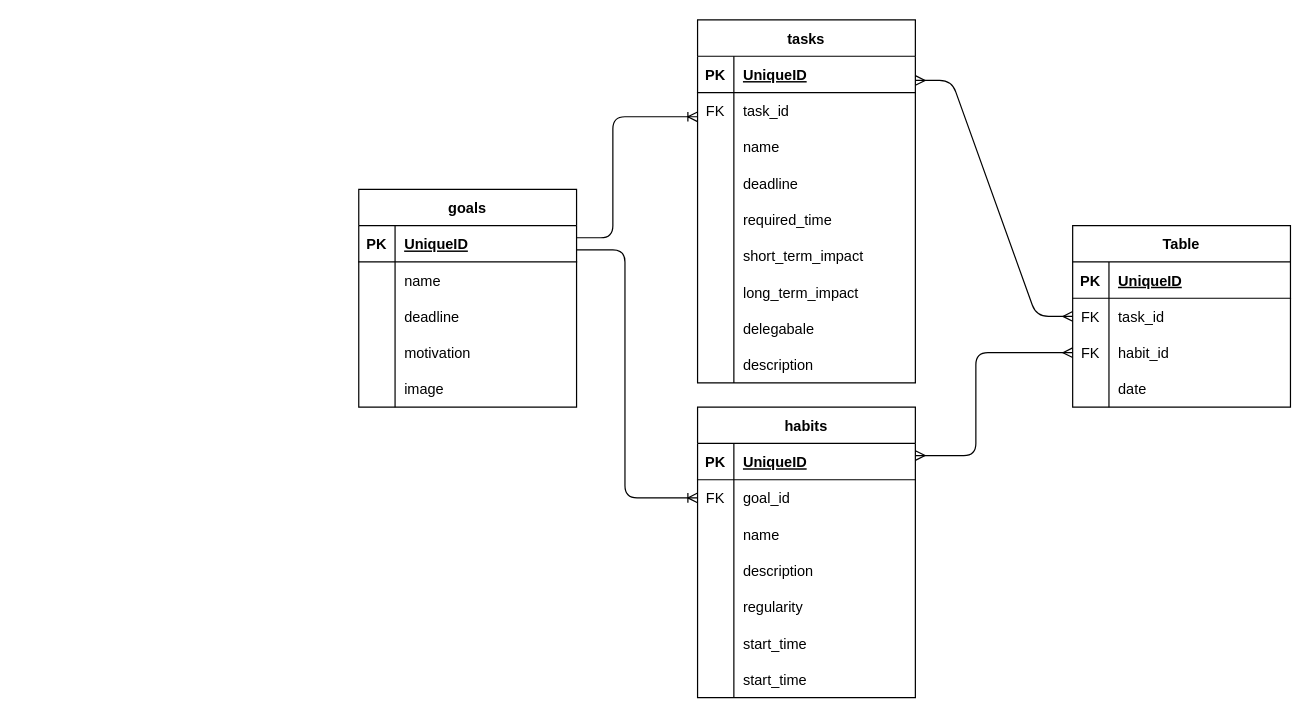
The draw.io diagram db.drawio in Federicaye/eisenhower-box, before the edit. Source tidied: cells renumbered, new cells numbered last; positions are measured from the earlier drawing's top-left corner, leaving out a move shared by most shapes. Both pictures are drawn from the tidied source at 121%, with x=0, y=0 at pixel (358, 19).
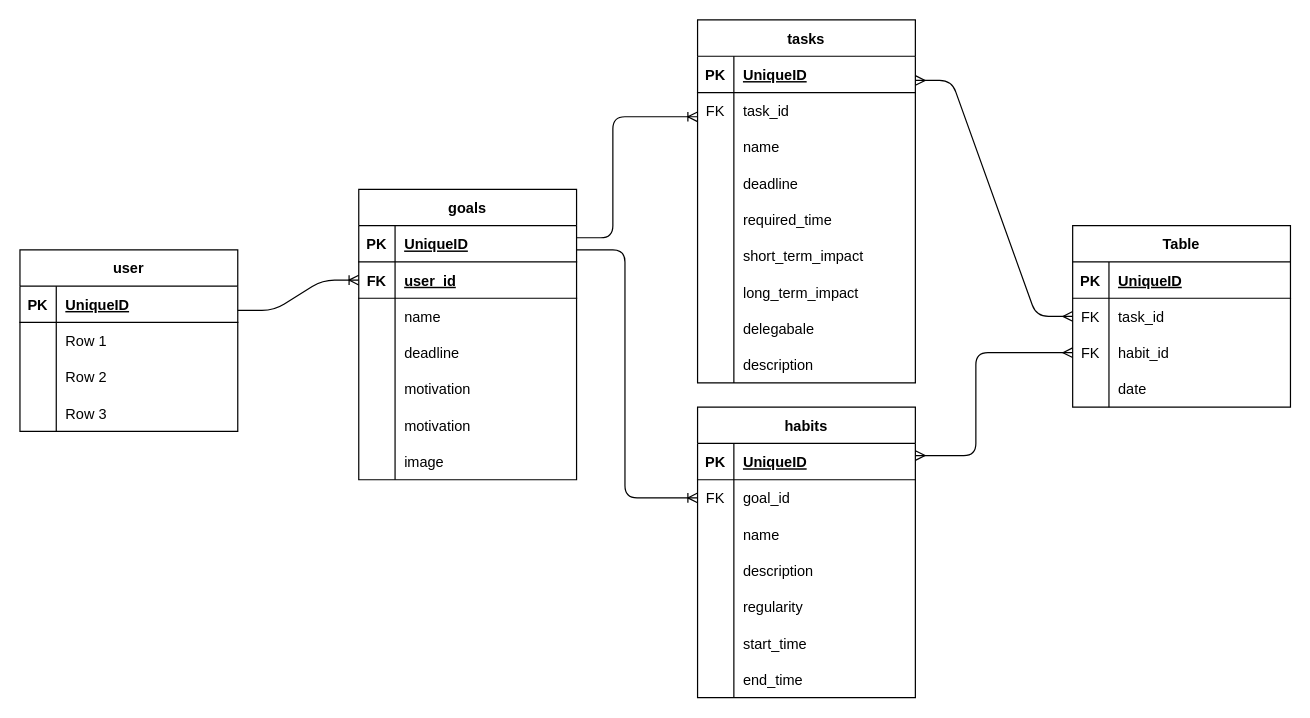
The same page after the edit.

Unchanged cells that the change refers to:
```xml
<mxCell id="66" style="shape=tableRow;horizontal=0;startSize=0;swimlaneHead=0;swimlaneBody=0;fillColor=none;top=0;left=0;right=0;bottom=0;" parent="47" vertex="1">
  <mxGeometry y="210" width="180" height="30" as="geometry" />
</mxCell>
```

What changed in the source:
```diff
@@
     <mxCell id="2" value="goals" style="shape=table;startSize=30;childLayout=tableLayout;rowLines=0;fontStyle=1;align=center;" parent="1" vertex="1">
-      <mxGeometry y="140" width="180" height="180" as="geometry" />
+      <mxGeometry y="140" width="180" height="240" as="geometry" />
     </mxCell>
+    <mxCell id="85" style="shape=tableRow;horizontal=0;startSize=0;swimlaneHead=0;swimlaneBody=0;fillColor=none;top=0;left=0;right=0;bottom=1;" parent="2" vertex="1">
+      <mxGeometry y="30" width="180" height="30" as="geometry" />
+    </mxCell>
+    <mxCell id="86" value="PK" style="shape=partialRectangle;fillColor=none;top=0;left=0;bottom=0;right=0;fontStyle=1;overflow=hidden;" parent="85" vertex="1">
+      <mxGeometry width="30" height="30" as="geometry" />
+    </mxCell>
+    <mxCell id="87" value="UniqueID" style="shape=partialRectangle;fillColor=none;top=0;left=0;bottom=0;right=0;align=left;spacingLeft=6;fontStyle=5;overflow=hidden;" parent="85" vertex="1">
+      <mxGeometry x="30" width="150" height="30" as="geometry" />
+    </mxCell>
     <mxCell id="3" style="shape=tableRow;horizontal=0;startSize=0;swimlaneHead=0;swimlaneBody=0;fillColor=none;points=[[0,0.5],[1,0.5]];portConstraint=eastwest;top=0;left=0;right=0;bottom=1;" parent="2" vertex="1">
-      <mxGeometry y="30" width="180" height="30" as="geometry" />
+      <mxGeometry y="60" width="180" height="30" as="geometry" />
     </mxCell>
-    <mxCell id="4" value="PK" style="shape=partialRectangle;fillColor=none;top=0;left=0;bottom=0;right=0;fontStyle=1;overflow=hidden;" parent="3" vertex="1">
+    <mxCell id="4" value="FK" style="shape=partialRectangle;fillColor=none;top=0;left=0;bottom=0;right=0;fontStyle=1;overflow=hidden;" parent="3" vertex="1">
       <mxGeometry width="30" height="30" as="geometry" />
     </mxCell>
-    <mxCell id="5" value="UniqueID" style="shape=partialRectangle;fillColor=none;top=0;left=0;bottom=0;right=0;align=left;spacingLeft=6;fontStyle=5;overflow=hidden;" parent="3" vertex="1">
+    <mxCell id="5" value="user_id" style="shape=partialRectangle;fillColor=none;top=0;left=0;bottom=0;right=0;align=left;spacingLeft=6;fontStyle=5;overflow=hidden;" parent="3" vertex="1">
       <mxGeometry x="30" width="150" height="30" as="geometry" />
     </mxCell>
     <mxCell id="6" style="shape=tableRow;horizontal=0;startSize=0;swimlaneHead=0;swimlaneBody=0;fillColor=none;top=0;left=0;right=0;bottom=0;" parent="2" vertex="1">
-      <mxGeometry y="60" width="180" height="30" as="geometry" />
+      <mxGeometry y="90" width="180" height="30" as="geometry" />
     </mxCell>
@@
     <mxCell id="9" style="shape=tableRow;horizontal=0;startSize=0;swimlaneHead=0;swimlaneBody=0;fillColor=none;top=0;left=0;right=0;bottom=0;" parent="2" vertex="1">
-      <mxGeometry y="90" width="180" height="30" as="geometry" />
+      <mxGeometry y="120" width="180" height="30" as="geometry" />
     </mxCell>
@@
     <mxCell id="12" style="shape=tableRow;horizontal=0;startSize=0;swimlaneHead=0;swimlaneBody=0;fillColor=none;top=0;left=0;right=0;bottom=0;" parent="2" vertex="1">
-      <mxGeometry y="120" width="180" height="30" as="geometry" />
+      <mxGeometry y="150" width="180" height="30" as="geometry" />
     </mxCell>
@@
+    <mxCell id="88" style="shape=tableRow;horizontal=0;startSize=0;swimlaneHead=0;swimlaneBody=0;fillColor=none;top=0;left=0;right=0;bottom=0;" parent="2" vertex="1">
+      <mxGeometry y="180" width="180" height="30" as="geometry" />
+    </mxCell>
+    <mxCell id="89" style="shape=partialRectangle;fillColor=none;top=0;left=0;bottom=0;right=0;overflow=hidden;" parent="88" vertex="1">
+      <mxGeometry width="30" height="30" as="geometry" />
+    </mxCell>
+    <mxCell id="90" value="motivation" style="shape=partialRectangle;fillColor=none;top=0;left=0;bottom=0;right=0;align=left;spacingLeft=6;overflow=hidden;" parent="88" vertex="1">
+      <mxGeometry x="30" width="150" height="30" as="geometry" />
+    </mxCell>
     <mxCell id="15" style="shape=tableRow;horizontal=0;startSize=0;swimlaneHead=0;swimlaneBody=0;fillColor=none;top=0;left=0;right=0;bottom=0;" parent="2" vertex="1">
-      <mxGeometry y="150" width="180" height="30" as="geometry" />
+      <mxGeometry y="210" width="180" height="30" as="geometry" />
     </mxCell>
@@
-    <mxCell id="68" value="start_time" style="shape=partialRectangle;fillColor=none;top=0;left=0;bottom=0;right=0;align=left;spacingLeft=6;overflow=hidden;" parent="66" vertex="1">
+    <mxCell id="68" value="end_time" style="shape=partialRectangle;fillColor=none;top=0;left=0;bottom=0;right=0;align=left;spacingLeft=6;overflow=hidden;" parent="66" vertex="1">
       <mxGeometry x="30" width="150" height="30" as="geometry" />
     </mxCell>
@@
+    <mxCell id="91" value="user" style="shape=table;startSize=30;childLayout=tableLayout;rowLines=0;fontStyle=1;align=center;" parent="1" vertex="1">
+      <mxGeometry x="-280" y="190" width="180" height="150" as="geometry" />
+    </mxCell>
+    <mxCell id="92" style="shape=tableRow;horizontal=0;startSize=0;swimlaneHead=0;swimlaneBody=0;fillColor=none;top=0;left=0;right=0;bottom=1;" parent="91" vertex="1">
+      <mxGeometry y="30" width="180" height="30" as="geometry" />
+    </mxCell>
+    <mxCell id="93" value="PK" style="shape=partialRectangle;fillColor=none;top=0;left=0;bottom=0;right=0;fontStyle=1;overflow=hidden;" parent="92" vertex="1">
+      <mxGeometry width="30" height="30" as="geometry" />
+    </mxCell>
+    <mxCell id="94" value="UniqueID" style="shape=partialRectangle;fillColor=none;top=0;left=0;bottom=0;right=0;align=left;spacingLeft=6;fontStyle=5;overflow=hidden;" parent="92" vertex="1">
+      <mxGeometry x="30" width="150" height="30" as="geometry" />
+    </mxCell>
+    <mxCell id="95" style="shape=tableRow;horizontal=0;startSize=0;swimlaneHead=0;swimlaneBody=0;fillColor=none;top=0;left=0;right=0;bottom=0;" parent="91" vertex="1">
+      <mxGeometry y="60" width="180" height="30" as="geometry" />
+    </mxCell>
+    <mxCell id="96" style="shape=partialRectangle;fillColor=none;top=0;left=0;bottom=0;right=0;overflow=hidden;" parent="95" vertex="1">
+      <mxGeometry width="30" height="30" as="geometry" />
+    </mxCell>
+    <mxCell id="97" value="Row 1" style="shape=partialRectangle;fillColor=none;top=0;left=0;bottom=0;right=0;align=left;spacingLeft=6;overflow=hidden;" parent="95" vertex="1">
+      <mxGeometry x="30" width="150" height="30" as="geometry" />
+    </mxCell>
+    <mxCell id="98" style="shape=tableRow;horizontal=0;startSize=0;swimlaneHead=0;swimlaneBody=0;fillColor=none;top=0;left=0;right=0;bottom=0;" parent="91" vertex="1">
+      <mxGeometry y="90" width="180" height="30" as="geometry" />
+    </mxCell>
+    <mxCell id="99" style="shape=partialRectangle;fillColor=none;top=0;left=0;bottom=0;right=0;overflow=hidden;" parent="98" vertex="1">
+      <mxGeometry width="30" height="30" as="geometry" />
+    </mxCell>
+    <mxCell id="100" value="Row 2" style="shape=partialRectangle;fillColor=none;top=0;left=0;bottom=0;right=0;align=left;spacingLeft=6;overflow=hidden;" parent="98" vertex="1">
+      <mxGeometry x="30" width="150" height="30" as="geometry" />
+    </mxCell>
+    <mxCell id="101" style="shape=tableRow;horizontal=0;startSize=0;swimlaneHead=0;swimlaneBody=0;fillColor=none;top=0;left=0;right=0;bottom=0;" parent="91" vertex="1">
+      <mxGeometry y="120" width="180" height="30" as="geometry" />
+    </mxCell>
+    <mxCell id="102" style="shape=partialRectangle;fillColor=none;top=0;left=0;bottom=0;right=0;overflow=hidden;" parent="101" vertex="1">
+      <mxGeometry width="30" height="30" as="geometry" />
+    </mxCell>
+    <mxCell id="103" value="Row 3" style="shape=partialRectangle;fillColor=none;top=0;left=0;bottom=0;right=0;align=left;spacingLeft=6;overflow=hidden;" parent="101" vertex="1">
+      <mxGeometry x="30" width="150" height="30" as="geometry" />
+    </mxCell>
+    <mxCell id="104" style="edgeStyle=entityRelationEdgeStyle;fontSize=12;html=1;endArrow=ERoneToMany;entryX=0;entryY=0.5;entryDx=0;entryDy=0;" parent="1" edge="1" target="3">
+      <mxGeometry relative="1" as="geometry">
+        <mxPoint x="-100" y="240" as="sourcePoint" />
+      </mxGeometry>
+    </mxCell>
```
